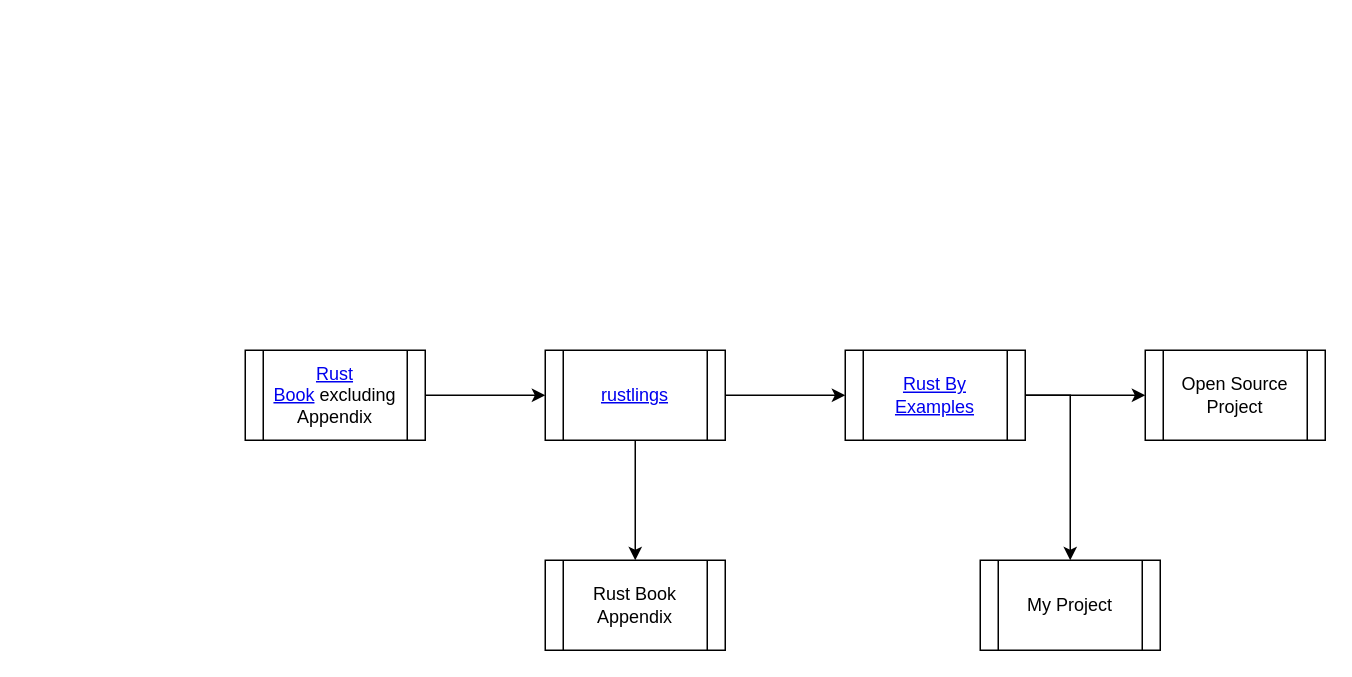
This is learning_roadmap.drawio from gftea/rust_lang_notes, a draw.io file, before an edit. Source tidied: cells renumbered, new cells numbered last; positions are measured from the earlier drawing's top-left corner, leaving out a move shared by most shapes. Both pictures are drawn from the tidied source at 150%, with x=0, y=0 at pixel (244, 350).
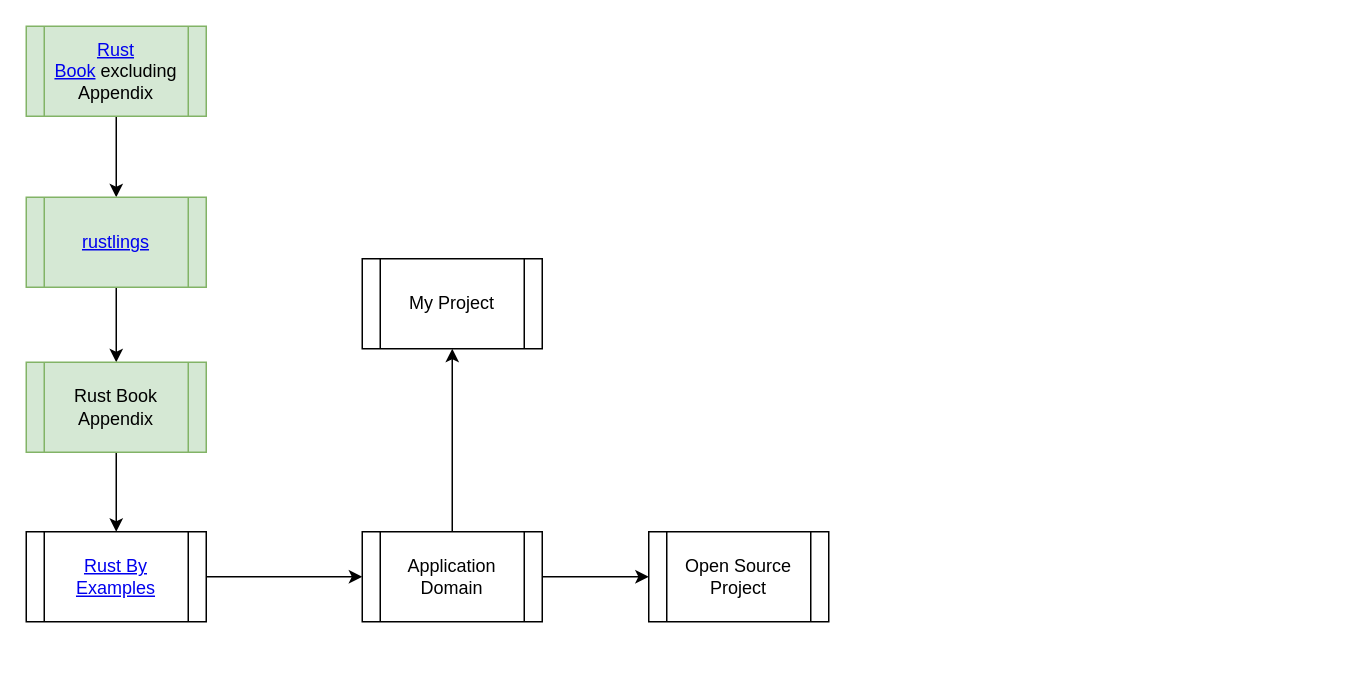
Above is the later version.

Change to the diagram source:
```diff
@@
 <mxGraphModel>
   <root>
     <mxCell id="0" />
     <mxCell id="1" parent="0" />
     <mxCell id="2" style="edgeStyle=orthogonalEdgeStyle;rounded=0;jettySize=auto;html=1;" parent="1" edge="1" source="3" target="6">
       <mxGeometry relative="1" as="geometry" />
     </mxCell>
-    <mxCell id="3" value="&lt;a href=&quot;https://doc.rust-lang.org/book/&quot;&gt;Rust Book&lt;/a&gt;&amp;nbsp;excluding Appendix" style="shape=process;whiteSpace=wrap;html=1;backgroundOutline=1;" parent="1" vertex="1">
-      <mxGeometry width="120" height="60" as="geometry" />
+    <mxCell id="3" value="&lt;a href=&quot;https://doc.rust-lang.org/book/&quot;&gt;Rust Book&lt;/a&gt;&amp;nbsp;excluding Appendix" style="shape=process;whiteSpace=wrap;html=1;backgroundOutline=1;fillColor=#d5e8d4;strokeColor=#82b366;" parent="1" vertex="1">
+      <mxGeometry x="-146" y="-216" width="120" height="60" as="geometry" />
     </mxCell>
-    <mxCell id="4" style="edgeStyle=orthogonalEdgeStyle;rounded=0;jettySize=auto;html=1;" parent="1" edge="1" source="6" target="8">
+    <mxCell id="4" style="edgeStyle=orthogonalEdgeStyle;rounded=0;jettySize=auto;html=1;exitX=0.5;exitY=1;exitDx=0;exitDy=0;" parent="1" edge="1" source="9" target="8">
       <mxGeometry relative="1" as="geometry" />
     </mxCell>
     <mxCell id="5" style="edgeStyle=orthogonalEdgeStyle;rounded=0;jettySize=auto;html=1;" parent="1" edge="1" source="6" target="9">
       <mxGeometry relative="1" as="geometry" />
     </mxCell>
-    <mxCell id="6" value="&lt;a href=&quot;https://github.com/rust-lang/rustlings/&quot;&gt;rustlings&lt;/a&gt;" style="shape=process;whiteSpace=wrap;html=1;backgroundOutline=1;" parent="1" vertex="1">
-      <mxGeometry x="200" width="120" height="60" as="geometry" />
+    <mxCell id="6" value="&lt;a href=&quot;https://github.com/rust-lang/rustlings/&quot;&gt;rustlings&lt;/a&gt;" style="shape=process;whiteSpace=wrap;html=1;backgroundOutline=1;fillColor=#d5e8d4;strokeColor=#82b366;" parent="1" vertex="1">
+      <mxGeometry x="-146" y="-102" width="120" height="60" as="geometry" />
     </mxCell>
-    <mxCell id="7" style="edgeStyle=orthogonalEdgeStyle;rounded=0;jettySize=auto;html=1;" parent="1" edge="1" source="8" target="11">
+    <mxCell id="7" style="edgeStyle=orthogonalEdgeStyle;rounded=0;jettySize=auto;html=1;exitX=1;exitY=0.5;exitDx=0;exitDy=0;" parent="1" edge="1" source="14" target="11">
       <mxGeometry relative="1" as="geometry" />
     </mxCell>
+    <mxCell id="13" style="edgeStyle=orthogonalEdgeStyle;rounded=0;jettySize=auto;html=1;" parent="1" edge="1" source="8" target="14">
+      <mxGeometry relative="1" as="geometry" />
+    </mxCell>
     <mxCell id="8" value="&lt;a href=&quot;https://doc.rust-lang.org/stable/rust-by-example/&quot;&gt;Rust By Examples&lt;/a&gt;" style="shape=process;whiteSpace=wrap;html=1;backgroundOutline=1;" parent="1" vertex="1">
-      <mxGeometry x="400" width="120" height="60" as="geometry" />
+      <mxGeometry x="-146" y="121" width="120" height="60" as="geometry" />
     </mxCell>
-    <mxCell id="9" value="Rust Book Appendix" style="shape=process;whiteSpace=wrap;html=1;backgroundOutline=1;" parent="1" vertex="1">
-      <mxGeometry x="200" y="140" width="120" height="60" as="geometry" />
+    <mxCell id="9" value="Rust Book Appendix" style="shape=process;whiteSpace=wrap;html=1;backgroundOutline=1;fillColor=#d5e8d4;strokeColor=#82b366;" parent="1" vertex="1">
+      <mxGeometry x="-146" y="8" width="120" height="60" as="geometry" />
     </mxCell>
-    <mxCell id="10" style="edgeStyle=orthogonalEdgeStyle;rounded=0;jettySize=auto;html=1;exitX=1;exitY=0.5;exitDx=0;exitDy=0;" parent="1" edge="1" source="8" target="12">
+    <mxCell id="10" style="edgeStyle=orthogonalEdgeStyle;rounded=0;jettySize=auto;html=1;exitX=0.5;exitY=0;exitDx=0;exitDy=0;" parent="1" edge="1" source="14" target="12">
       <mxGeometry relative="1" as="geometry" />
     </mxCell>
     <mxCell id="11" value="Open Source Project" style="shape=process;whiteSpace=wrap;html=1;backgroundOutline=1;" parent="1" vertex="1">
-      <mxGeometry x="600" width="120" height="60" as="geometry" />
+      <mxGeometry x="269" y="121" width="120" height="60" as="geometry" />
     </mxCell>
     <mxCell id="12" value="My Project" style="shape=process;whiteSpace=wrap;html=1;backgroundOutline=1;" parent="1" vertex="1">
-      <mxGeometry x="490" y="140" width="120" height="60" as="geometry" />
+      <mxGeometry x="78" y="-61" width="120" height="60" as="geometry" />
     </mxCell>
+    <mxCell id="14" value="Application Domain" style="shape=process;whiteSpace=wrap;html=1;backgroundOutline=1;" parent="1" vertex="1">
+      <mxGeometry x="78" y="121" width="120" height="60" as="geometry" />
+    </mxCell>
   </root>
 </mxGraphModel>
```
